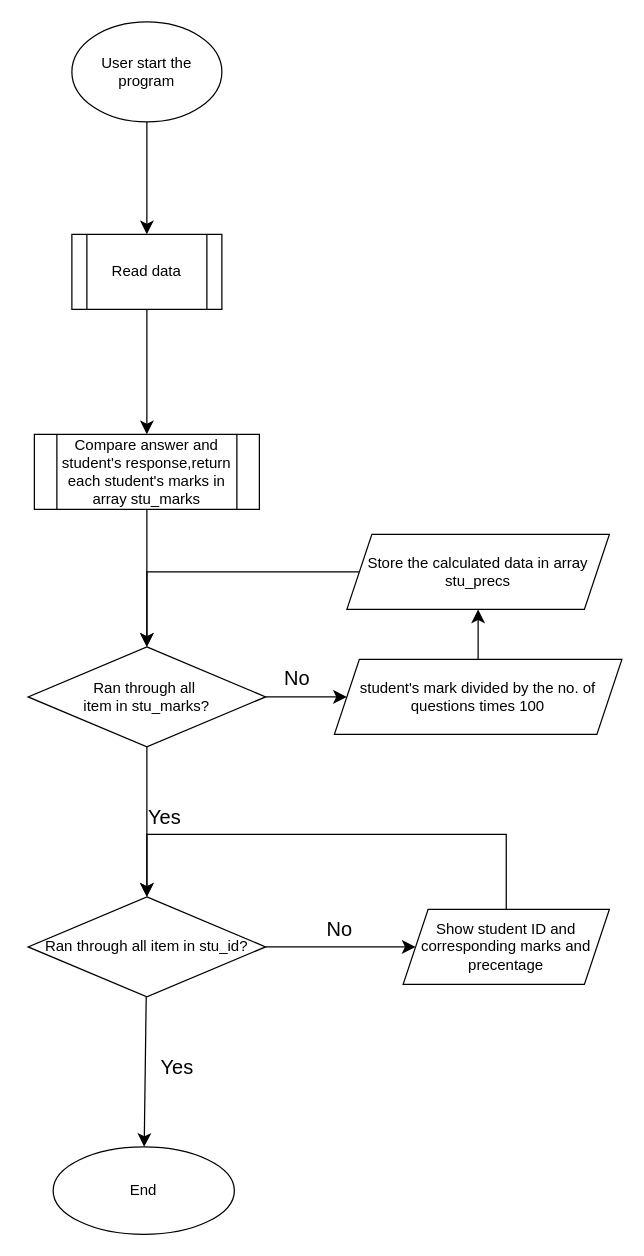
This is SBA Flowchart.drawio from GaryAmor/SBA, a draw.io file, before an edit. Source tidied: cells renumbered, new cells numbered last; positions are measured from the earlier drawing's top-left corner, leaving out a move shared by most shapes. Both pictures are drawn from the tidied source at 125%, with x=0, y=0 at pixel (28, 21).
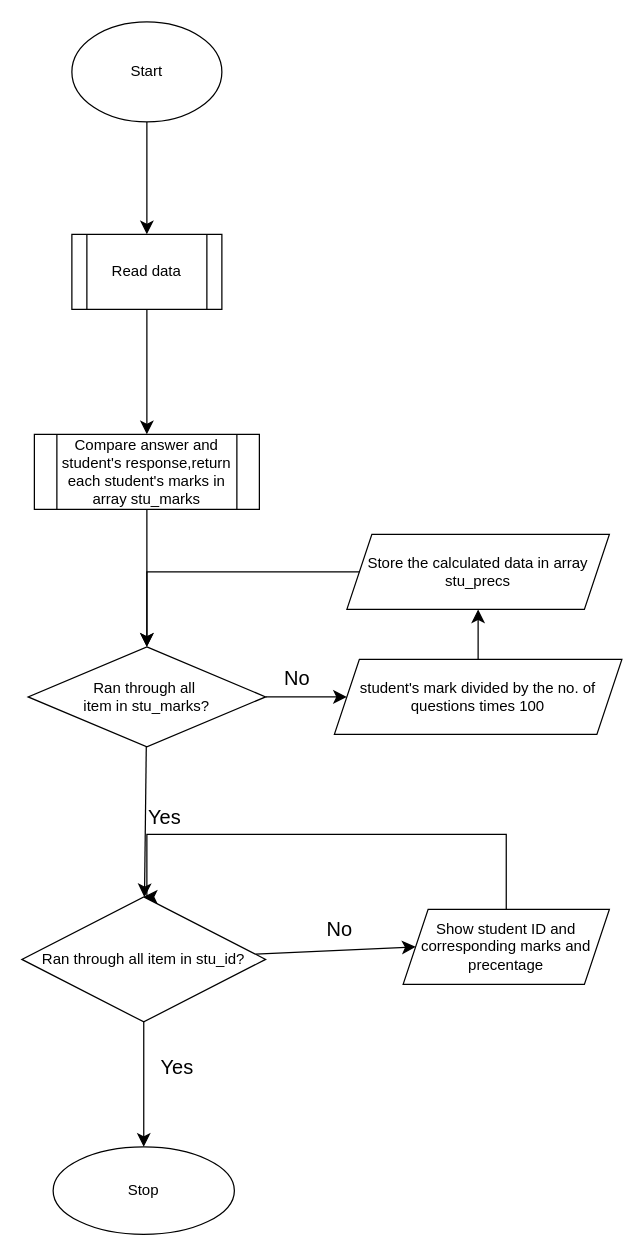
The same page after the edit.

Diff of the diagram source:
```diff
@@
-    <mxCell id="3" value="User start the program" style="ellipse;whiteSpace=wrap;html=1;" parent="1" vertex="1">
+    <mxCell id="3" value="Start" style="ellipse;whiteSpace=wrap;html=1;" parent="1" vertex="1">
       <mxGeometry x="35" width="120" height="80" as="geometry" />
     </mxCell>
@@
     <mxCell id="18" value="Ran through all item in stu_id?" style="rhombus;whiteSpace=wrap;html=1;" parent="1" vertex="1">
-      <mxGeometry y="700" width="190" height="80" as="geometry" />
+      <mxGeometry x="-5" y="700" width="195" height="100" as="geometry" />
     </mxCell>
@@
-    <mxCell id="23" value="End" style="ellipse;whiteSpace=wrap;html=1;" parent="1" vertex="1">
+    <mxCell id="23" value="Stop" style="ellipse;whiteSpace=wrap;html=1;" parent="1" vertex="1">
       <mxGeometry x="20" y="900" width="145" height="70" as="geometry" />
     </mxCell>
```
